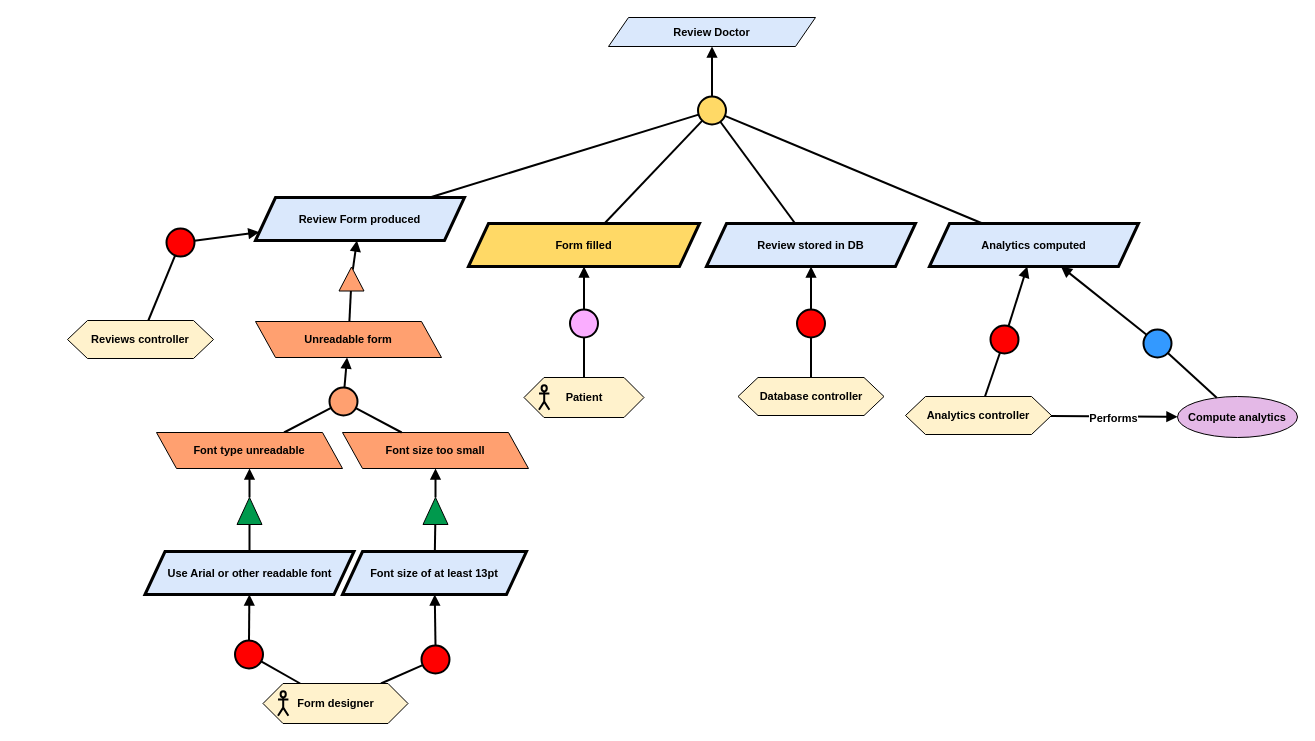
This is Kaos/KAOS 13.drawio from RafaelCMira/myclinic-msp-project, a draw.io file, before an edit. Source tidied: cells renumbered, new cells numbered last; positions are measured from the earlier drawing's top-left corner, leaving out a move shared by most shapes. Both pictures are drawn from the tidied source at 100%, with x=0, y=0 at pixel (67, 17).
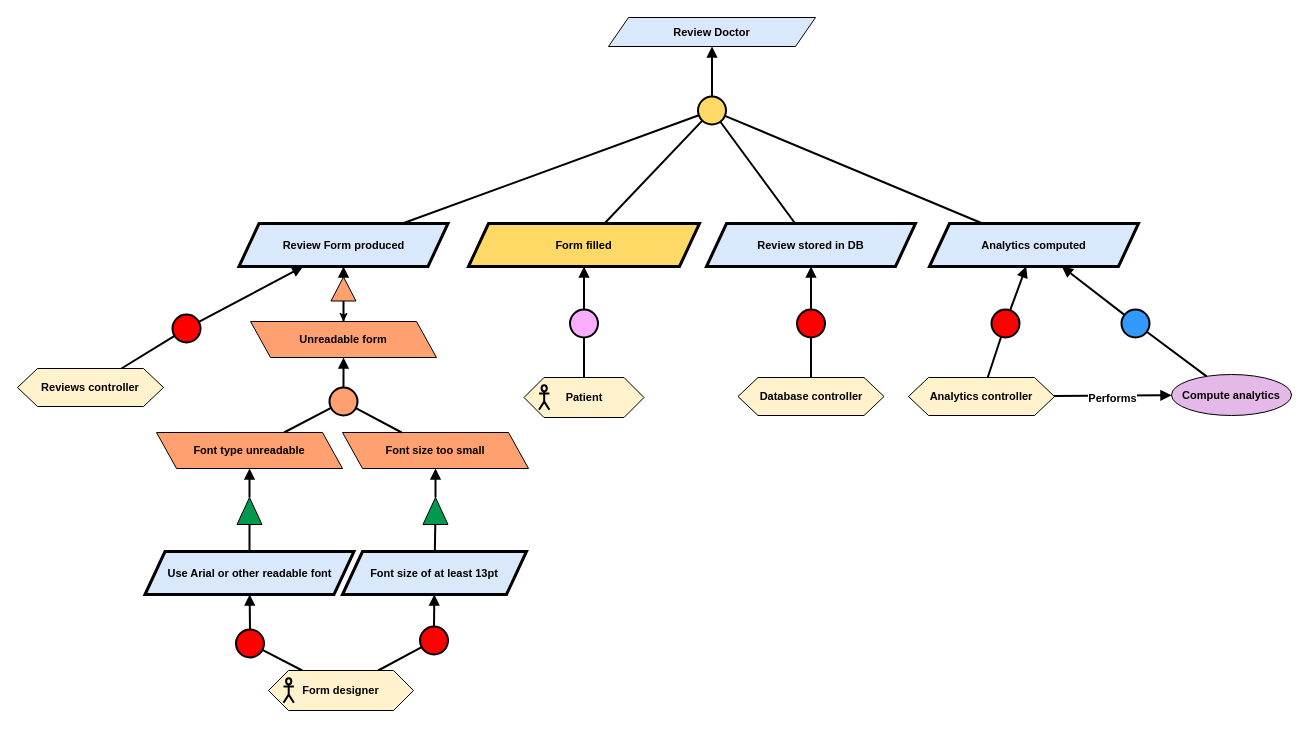
The same diagram, later.

Change to the diagram source:
```diff
@@
     <mxCell id="6" value="&lt;b&gt;Review Form produced&lt;/b&gt;" style="shape=parallelogram;perimeter=parallelogramPerimeter;whiteSpace=wrap;html=1;fixedSize=1;fillColor=#dae8fc;strokeColor=#000000;strokeWidth=3;fontFamily=Helvetica;fontSize=11;fontColor=default;labelBackgroundColor=none;" parent="1" vertex="1">
-      <mxGeometry x="188" y="180" width="209" height="43" as="geometry" />
+      <mxGeometry x="171.5" y="206" width="209" height="43" as="geometry" />
     </mxCell>
@@
     <mxCell id="23" value="&lt;div&gt;&lt;b&gt;Analytics controller&lt;/b&gt;&lt;/div&gt;" style="shape=hexagon;perimeter=hexagonPerimeter2;whiteSpace=wrap;html=1;fixedSize=1;fillColor=#FFF2CC;fontFamily=Helvetica;fontSize=11;fontColor=default;labelBackgroundColor=none;" parent="1" vertex="1">
-      <mxGeometry x="838" y="379" width="146" height="38" as="geometry" />
+      <mxGeometry x="841" y="360" width="146" height="38" as="geometry" />
     </mxCell>
     <mxCell id="24" style="ellipse;whiteSpace=wrap;html=1;fillColor=#FF0000;strokeWidth=2;" parent="1" vertex="1">
-      <mxGeometry x="923" y="308" width="28" height="28" as="geometry" />
+      <mxGeometry x="924" y="292" width="28" height="28" as="geometry" />
     </mxCell>
@@
     <mxCell id="27" value="&lt;div&gt;&lt;b&gt;Reviews controller&lt;/b&gt;&lt;/div&gt;" style="shape=hexagon;perimeter=hexagonPerimeter2;whiteSpace=wrap;html=1;fixedSize=1;fillColor=#FFF2CC;fontFamily=Helvetica;fontSize=11;fontColor=default;labelBackgroundColor=none;" parent="1" vertex="1">
-      <mxGeometry y="303" width="146" height="38" as="geometry" />
+      <mxGeometry x="-50" y="351" width="146" height="38" as="geometry" />
     </mxCell>
     <mxCell id="28" style="ellipse;whiteSpace=wrap;html=1;fillColor=#FF0000;strokeWidth=2;" parent="1" vertex="1">
-      <mxGeometry x="99" y="211" width="28" height="28" as="geometry" />
+      <mxGeometry x="105" y="297" width="28" height="28" as="geometry" />
     </mxCell>
@@
+    <mxCell id="64" style="edgeStyle=orthogonalEdgeStyle;rounded=0;jettySize=auto;html=1;" parent="1" edge="1" source="33" target="34">
+      <mxGeometry relative="1" as="geometry" />
+    </mxCell>
     <mxCell id="33" style="triangle;whiteSpace=wrap;html=1;rotation=-90;fillColor=#FFA070;" parent="1" vertex="1">
-      <mxGeometry x="272" y="249" width="24" height="25" as="geometry" />
+      <mxGeometry x="264" y="259" width="24" height="25" as="geometry" />
     </mxCell>
     <mxCell id="34" value="Unreadable form" style="shape=parallelogram;perimeter=parallelogramPerimeter;whiteSpace=wrap;html=1;fixedSize=1;fillColor=#FFA070;fontStyle=1;fontFamily=Helvetica;fontSize=11;fontColor=default;labelBackgroundColor=none;flipH=1;flipV=0;" parent="1" vertex="1">
-      <mxGeometry x="188" y="304" width="186" height="36" as="geometry" />
+      <mxGeometry x="183" y="304" width="186" height="36" as="geometry" />
     </mxCell>
@@
     <mxCell id="49" style="ellipse;whiteSpace=wrap;html=1;fillColor=#FF0000;strokeWidth=2;" parent="1" vertex="1">
-      <mxGeometry x="167.5" y="623" width="28" height="28" as="geometry" />
+      <mxGeometry x="168.5" y="612" width="28" height="28" as="geometry" />
     </mxCell>
@@
     <mxCell id="52" style="ellipse;whiteSpace=wrap;html=1;fillColor=#FF0000;strokeWidth=2;" parent="1" vertex="1">
-      <mxGeometry x="354" y="628" width="28" height="28" as="geometry" />
+      <mxGeometry x="352.5" y="609" width="28" height="28" as="geometry" />
     </mxCell>
@@
     <mxCell id="55" style="group;" parent="1" vertex="1">
-      <mxGeometry x="195.5" y="666" width="145" height="40" as="geometry" />
+      <mxGeometry x="201" y="653" width="145" height="40" as="geometry" />
     </mxCell>
@@
     <mxCell id="58" value="&lt;b&gt;Compute analytics&lt;/b&gt;" style="ellipse;whiteSpace=wrap;html=1;fillColor=#E4B9E7;strokeColor=#000000;fontFamily=Helvetica;fontSize=11;fontColor=default;labelBackgroundColor=none;" parent="1" vertex="1">
-      <mxGeometry x="1110" y="379" width="120" height="41" as="geometry" />
+      <mxGeometry x="1104" y="357" width="120" height="41" as="geometry" />
     </mxCell>
@@
     <mxCell id="61" style="ellipse;whiteSpace=wrap;html=1;fillColor=#3399FF;strokeWidth=2;" parent="1" vertex="1">
-      <mxGeometry x="1076" y="312" width="28" height="28" as="geometry" />
+      <mxGeometry x="1054" y="292" width="28" height="28" as="geometry" />
     </mxCell>
```
